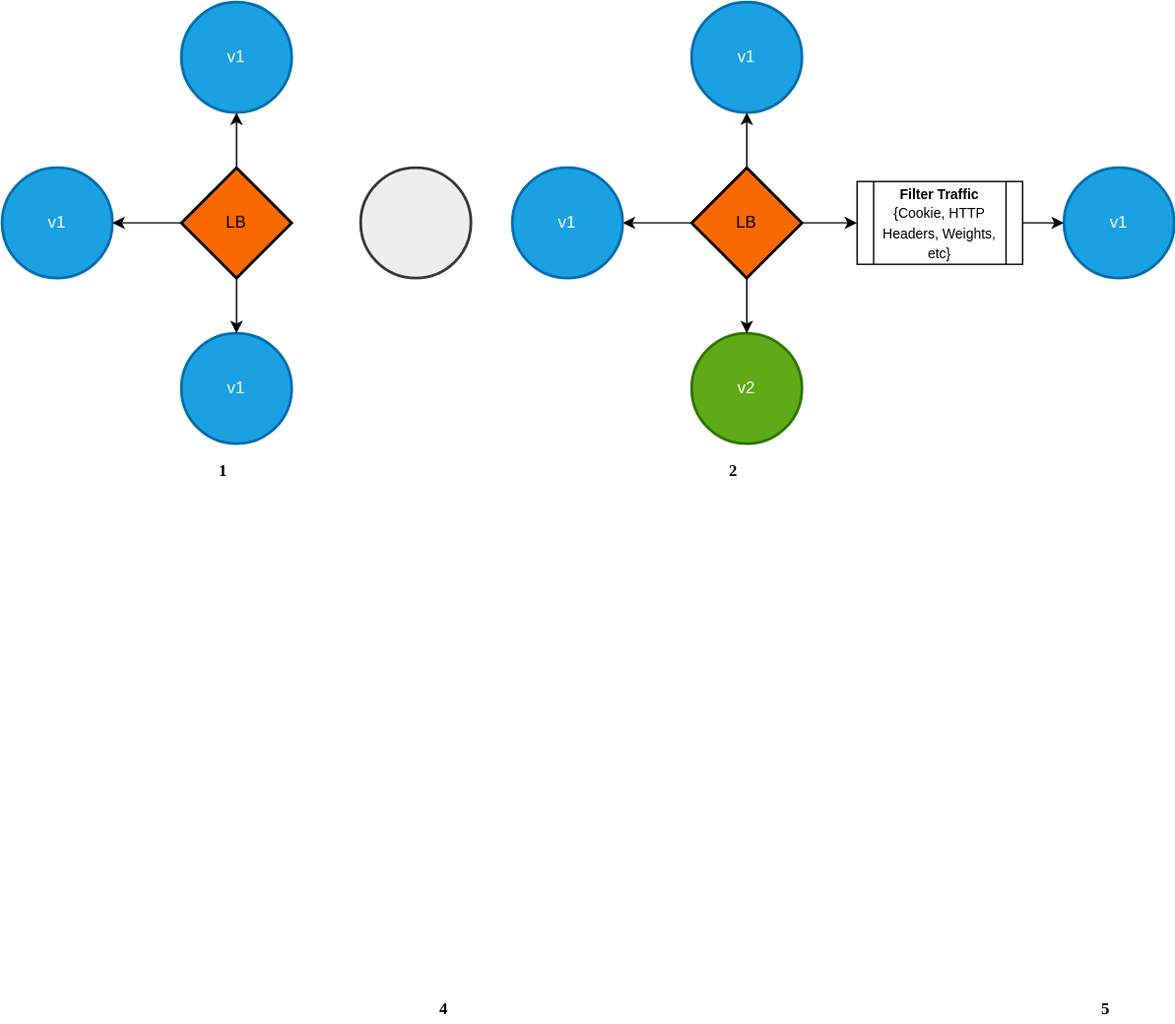
Before: assets/ClusterMaintantence-a_b testing strategy.svg, a diagram exported from draw.io (aditya109/journey-CKA). Source tidied: cells renumbered, new cells last; positions are measured from the earlier drawing's top-left corner, leaving out a move shared by most shapes. The source it was exported from:
```xml
<mxGraphModel>
  <root>
    <mxCell id="0" />
    <mxCell id="1" parent="0" />
    <mxCell id="2" value="v1" style="ellipse;whiteSpace=wrap;html=1;strokeWidth=2;fillColor=#1ba1e2;strokeColor=#006EAF;fontColor=#ffffff;" parent="1" vertex="1">
      <mxGeometry x="130" width="80" height="80" as="geometry" />
    </mxCell>
    <mxCell id="3" style="ellipse;whiteSpace=wrap;html=1;strokeWidth=2;fillColor=#eeeeee;strokeColor=#36393d;" parent="1" vertex="1">
      <mxGeometry x="260" y="120" width="80" height="80" as="geometry" />
    </mxCell>
    <mxCell id="4" value="v1" style="ellipse;whiteSpace=wrap;html=1;strokeWidth=2;fillColor=#1ba1e2;strokeColor=#006EAF;fontColor=#ffffff;" parent="1" vertex="1">
      <mxGeometry y="120" width="80" height="80" as="geometry" />
    </mxCell>
    <mxCell id="5" value="v1" style="ellipse;whiteSpace=wrap;html=1;strokeWidth=2;fillColor=#1ba1e2;strokeColor=#006EAF;fontColor=#ffffff;" parent="1" vertex="1">
      <mxGeometry x="130" y="240" width="80" height="80" as="geometry" />
    </mxCell>
    <mxCell id="6" style="edgeStyle=orthogonalEdgeStyle;rounded=0;jettySize=auto;html=1;entryX=0.5;entryY=1;entryDx=0;entryDy=0;" parent="1" edge="1" source="9" target="2">
      <mxGeometry relative="1" as="geometry" />
    </mxCell>
    <mxCell id="7" style="edgeStyle=orthogonalEdgeStyle;rounded=0;jettySize=auto;html=1;entryX=1;entryY=0.5;entryDx=0;entryDy=0;" parent="1" edge="1" source="9" target="4">
      <mxGeometry relative="1" as="geometry" />
    </mxCell>
    <mxCell id="8" style="edgeStyle=orthogonalEdgeStyle;rounded=0;jettySize=auto;html=1;entryX=0.5;entryY=0;entryDx=0;entryDy=0;" parent="1" edge="1" source="9" target="5">
      <mxGeometry relative="1" as="geometry" />
    </mxCell>
    <mxCell id="9" value="LB" style="rhombus;whiteSpace=wrap;html=1;strokeWidth=2;fillColor=#fa6800;fontColor=#000000;" parent="1" vertex="1">
      <mxGeometry x="130" y="120" width="80" height="80" as="geometry" />
    </mxCell>
    <mxCell id="10" value="1" style="text;html=1;align=center;verticalAlign=middle;strokeColor=none;fontFamily=Tahoma;fontStyle=1;" parent="1" vertex="1">
      <mxGeometry x="150" y="330" width="20" height="20" as="geometry" />
    </mxCell>
    <mxCell id="11" value="v1" style="ellipse;whiteSpace=wrap;html=1;strokeWidth=2;fillColor=#1ba1e2;strokeColor=#006EAF;fontColor=#ffffff;" parent="1" vertex="1">
      <mxGeometry x="500" width="80" height="80" as="geometry" />
    </mxCell>
    <mxCell id="12" value="v2" style="ellipse;whiteSpace=wrap;html=1;strokeWidth=2;fillColor=#60a917;strokeColor=#2D7600;fontColor=#ffffff;" parent="1" vertex="1">
      <mxGeometry x="500" y="240" width="80" height="80" as="geometry" />
    </mxCell>
    <mxCell id="13" style="edgeStyle=orthogonalEdgeStyle;rounded=0;jettySize=auto;html=1;entryX=0.5;entryY=1;entryDx=0;entryDy=0;" parent="1" edge="1" source="17" target="11">
      <mxGeometry relative="1" as="geometry" />
    </mxCell>
    <mxCell id="14" style="edgeStyle=orthogonalEdgeStyle;rounded=0;jettySize=auto;html=1;entryX=1;entryY=0.5;entryDx=0;entryDy=0;" parent="1" edge="1" source="17">
      <mxGeometry relative="1" as="geometry">
        <mxPoint x="450" y="160" as="targetPoint" />
      </mxGeometry>
    </mxCell>
    <mxCell id="15" style="edgeStyle=orthogonalEdgeStyle;rounded=0;jettySize=auto;html=1;entryX=0.5;entryY=0;entryDx=0;entryDy=0;" parent="1" edge="1" source="17" target="12">
      <mxGeometry relative="1" as="geometry" />
    </mxCell>
    <mxCell id="16" style="edgeStyle=orthogonalEdgeStyle;rounded=0;jettySize=auto;html=1;entryX=0;entryY=0.5;entryDx=0;entryDy=0;" parent="1" edge="1" source="17" target="24">
      <mxGeometry relative="1" as="geometry" />
    </mxCell>
    <mxCell id="17" value="LB" style="rhombus;whiteSpace=wrap;html=1;strokeWidth=2;fillColor=#fa6800;fontColor=#000000;" parent="1" vertex="1">
      <mxGeometry x="500" y="120" width="80" height="80" as="geometry" />
    </mxCell>
    <mxCell id="18" value="2" style="text;html=1;align=center;verticalAlign=middle;strokeColor=none;fontFamily=Tahoma;fontStyle=1;" parent="1" vertex="1">
      <mxGeometry x="520" y="330" width="20" height="20" as="geometry" />
    </mxCell>
    <mxCell id="19" value="4" style="text;html=1;align=center;verticalAlign=middle;strokeColor=none;fontFamily=Tahoma;fontStyle=1;" parent="1" vertex="1">
      <mxGeometry x="310" y="720" width="20" height="20" as="geometry" />
    </mxCell>
    <mxCell id="20" value="5" style="text;html=1;align=center;verticalAlign=middle;strokeColor=none;fontFamily=Tahoma;fontStyle=1;" parent="1" vertex="1">
      <mxGeometry x="790" y="720" width="20" height="20" as="geometry" />
    </mxCell>
    <mxCell id="21" value="v1" style="ellipse;whiteSpace=wrap;html=1;strokeWidth=2;fillColor=#1ba1e2;strokeColor=#006EAF;fontColor=#ffffff;" parent="1" vertex="1">
      <mxGeometry x="370" y="120" width="80" height="80" as="geometry" />
    </mxCell>
    <mxCell id="22" value="v1" style="ellipse;whiteSpace=wrap;html=1;strokeWidth=2;fillColor=#1ba1e2;strokeColor=#006EAF;fontColor=#ffffff;" parent="1" vertex="1">
      <mxGeometry x="770" y="120" width="80" height="80" as="geometry" />
    </mxCell>
    <mxCell id="23" style="edgeStyle=orthogonalEdgeStyle;rounded=0;jettySize=auto;html=1;entryX=0;entryY=0.5;entryDx=0;entryDy=0;" parent="1" edge="1" source="24" target="22">
      <mxGeometry relative="1" as="geometry" />
    </mxCell>
    <mxCell id="24" value="&lt;font style=&quot;font-size: 10px&quot;&gt;&lt;b&gt;Filter Traffic&lt;/b&gt;&lt;br&gt;{Cookie, HTTP Headers, Weights, etc}&lt;/font&gt;" style="shape=process;whiteSpace=wrap;html=1;backgroundOutline=1;" parent="1" vertex="1">
      <mxGeometry x="620" y="130" width="120" height="60" as="geometry" />
    </mxCell>
  </root>
</mxGraphModel>
```
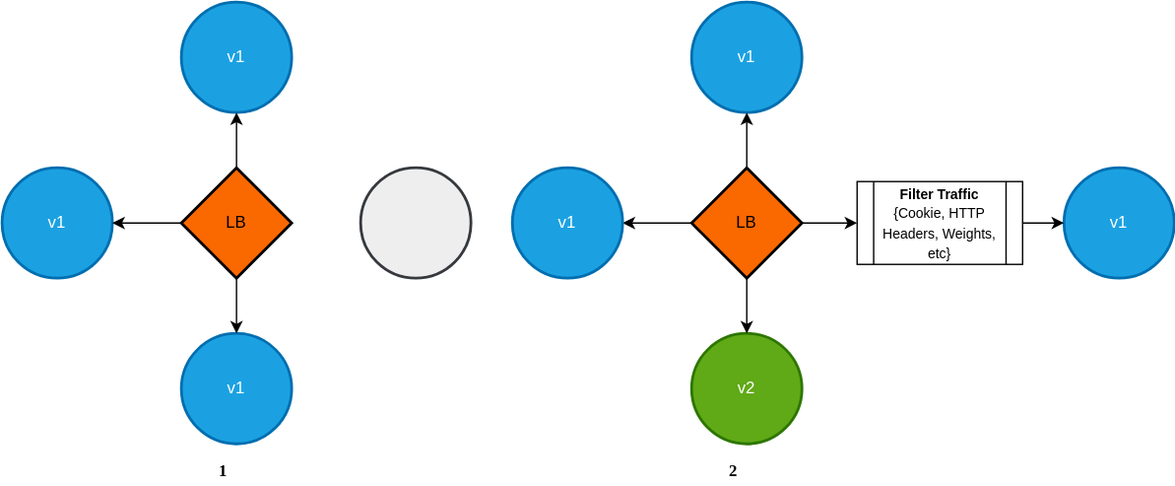
The same file after the commit.

Diff of the diagram source:
```diff
@@ -55,12 +55,6 @@
     <mxCell id="18" value="2" style="text;html=1;align=center;verticalAlign=middle;strokeColor=none;fontFamily=Tahoma;fontStyle=1;" parent="1" vertex="1">
       <mxGeometry x="520" y="330" width="20" height="20" as="geometry" />
     </mxCell>
-    <mxCell id="19" value="4" style="text;html=1;align=center;verticalAlign=middle;strokeColor=none;fontFamily=Tahoma;fontStyle=1;" parent="1" vertex="1">
-      <mxGeometry x="310" y="720" width="20" height="20" as="geometry" />
-    </mxCell>
-    <mxCell id="20" value="5" style="text;html=1;align=center;verticalAlign=middle;strokeColor=none;fontFamily=Tahoma;fontStyle=1;" parent="1" vertex="1">
-      <mxGeometry x="790" y="720" width="20" height="20" as="geometry" />
-    </mxCell>
     <mxCell id="21" value="v1" style="ellipse;whiteSpace=wrap;html=1;strokeWidth=2;fillColor=#1ba1e2;strokeColor=#006EAF;fontColor=#ffffff;" parent="1" vertex="1">
       <mxGeometry x="370" y="120" width="80" height="80" as="geometry" />
     </mxCell>
```
